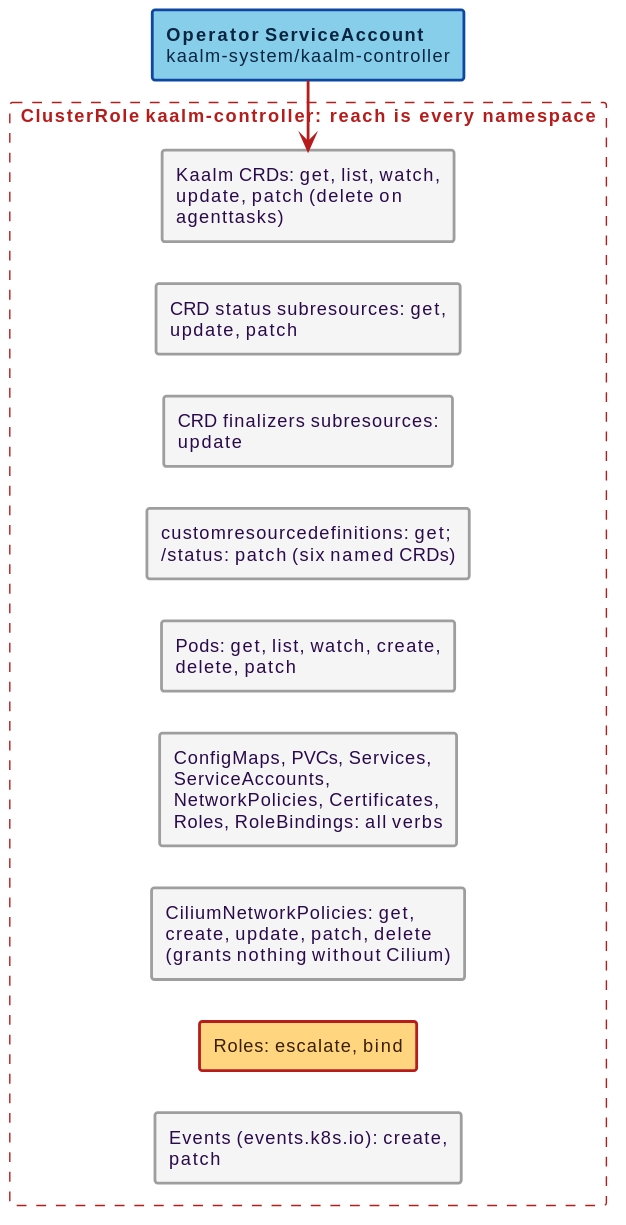
Earlier version of the PlantUML export docs/src/diagrams/operator-rbac-cluster.svg (win07xp/kaalm).
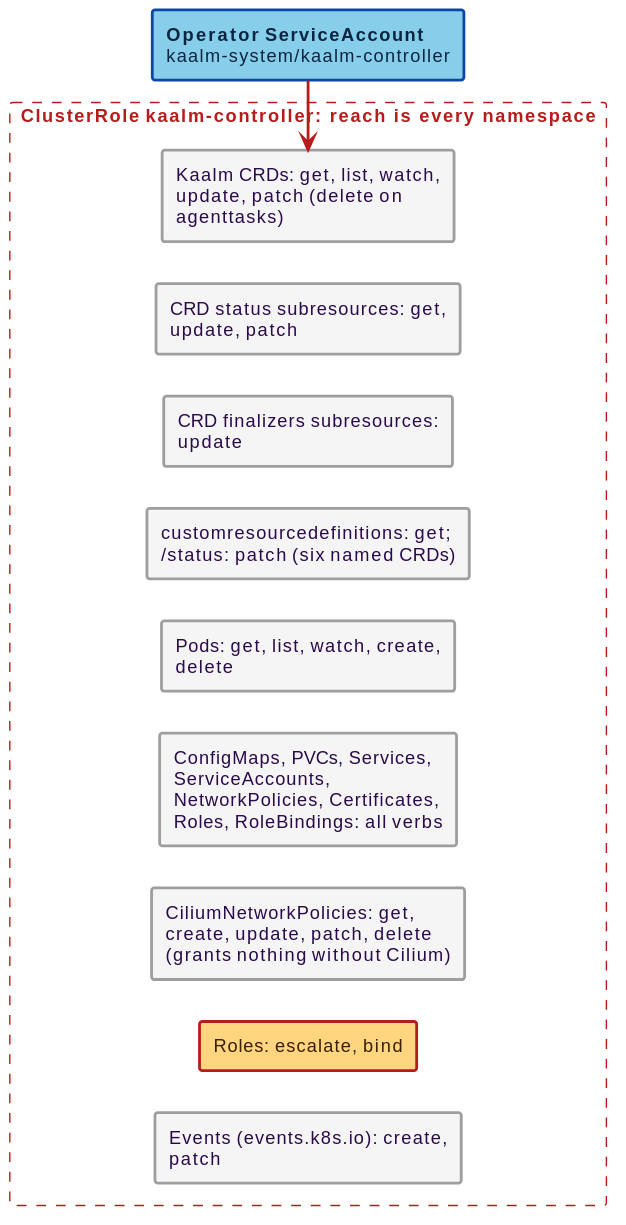
The same file after the commit.

The edit, as a diff of the source:
```diff
@@ -11,7 +11,7 @@
   rectangle "CRD status subresources: get, update, patch" as status #back:F5F5F5;line:9E9E9E;line.bold;text:2a0a4a
   rectangle "CRD finalizers subresources: update" as fin #back:F5F5F5;line:9E9E9E;line.bold;text:2a0a4a
   rectangle "customresourcedefinitions: get; /status: patch (six named CRDs)" as crddef #back:F5F5F5;line:9E9E9E;line.bold;text:2a0a4a
-  rectangle "Pods: get, list, watch, create, delete, patch" as pods #back:F5F5F5;line:9E9E9E;line.bold;text:2a0a4a
+  rectangle "Pods: get, list, watch, create, delete" as pods #back:F5F5F5;line:9E9E9E;line.bold;text:2a0a4a
   rectangle "ConfigMaps, PVCs, Services, ServiceAccounts, NetworkPolicies, Certificates, Roles, RoleBindings: all verbs" as core #back:F5F5F5;line:9E9E9E;line.bold;text:2a0a4a
   rectangle "CiliumNetworkPolicies: get, create, update, patch, delete (grants nothing without Cilium)" as cnp #back:F5F5F5;line:9E9E9E;line.bold;text:2a0a4a
   rectangle "Roles: escalate, bind" as secs #back:FFD580;line:B71C1C;line.bold;text:3a1f00
```
